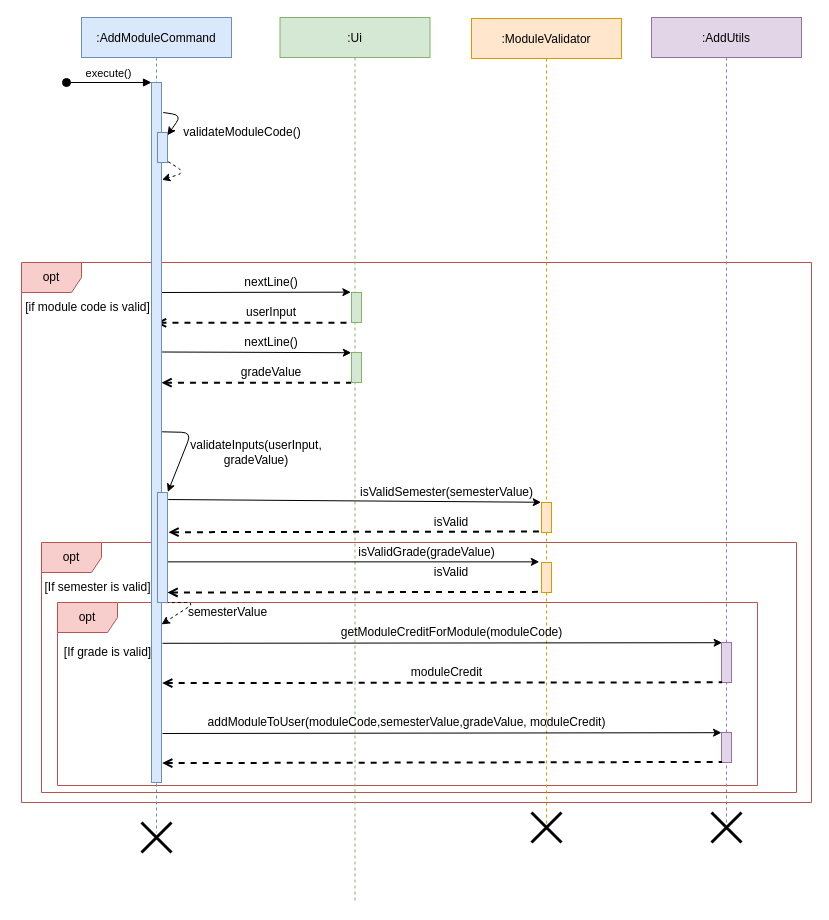
Before: docs/base/addModuleCommand_sequence.drawio in vanessa-kang/tp, a draw.io diagram. Source tidied: cells renumbered, new cells numbered last; positions are measured from the earlier drawing's top-left corner, leaving out a move shared by most shapes. Both pictures are drawn from the tidied source at 100%, with x=0, y=0 at pixel (17, 17).
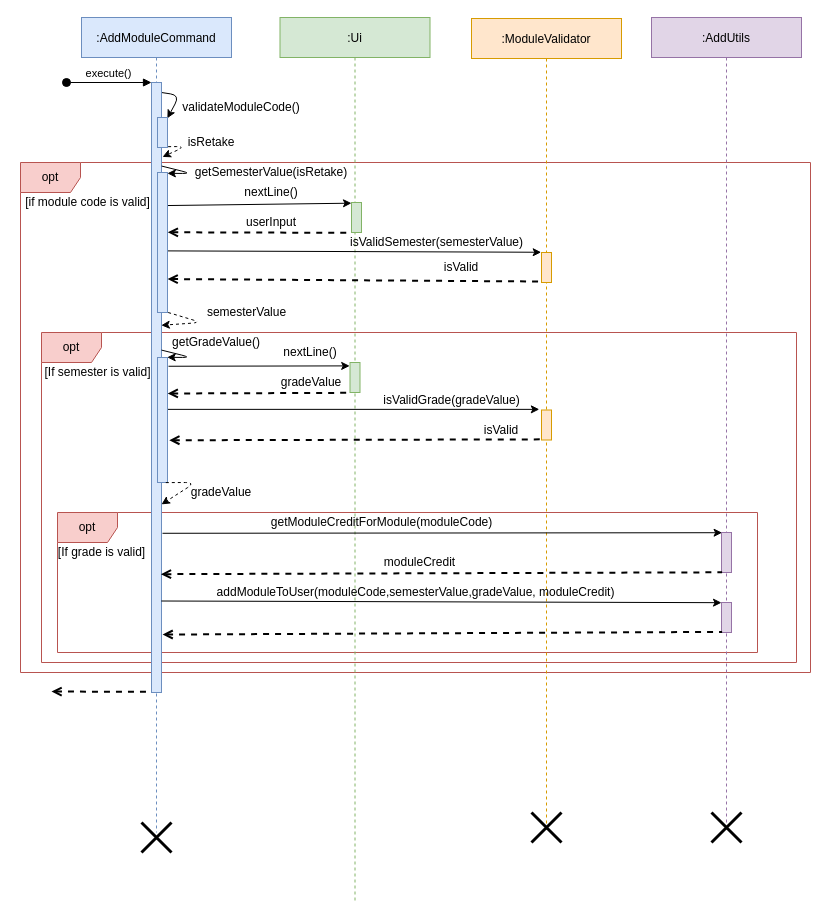
The same diagram, later.

The change refers to these unchanged cells:
```xml
<mxCell id="5" value=":AddModuleCommand" style="shape=umlLifeline;perimeter=lifelinePerimeter;rounded=0;shadow=0;strokeWidth=1;fillColor=#dae8fc;strokeColor=#6c8ebf;" parent="1" vertex="1">
  <mxGeometry x="64" width="150" height="815" as="geometry" />
</mxCell>
```

What changed in the source:
```diff
@@
+    <mxCell id="3" value="opt" style="shape=umlFrame;whiteSpace=wrap;html=1;fillColor=#f8cecc;strokeColor=#b85450;" parent="1" vertex="1">
+      <mxGeometry x="3" y="145" width="790" height="510" as="geometry" />
+    </mxCell>
     <mxCell id="2" value="opt" style="shape=umlFrame;whiteSpace=wrap;html=1;fillColor=#f8cecc;strokeColor=#b85450;" parent="1" vertex="1">
-      <mxGeometry x="24" y="525" width="755" height="250" as="geometry" />
+      <mxGeometry x="24" y="315" width="755" height="330" as="geometry" />
     </mxCell>
-    <mxCell id="3" value="opt" style="shape=umlFrame;whiteSpace=wrap;html=1;fillColor=#f8cecc;strokeColor=#b85450;" parent="1" vertex="1">
-      <mxGeometry x="4" y="245" width="790" height="540" as="geometry" />
-    </mxCell>
     <mxCell id="4" value="opt" style="shape=umlFrame;whiteSpace=wrap;html=1;fillColor=#f8cecc;strokeColor=#b85450;" parent="1" vertex="1">
-      <mxGeometry x="40" y="585" width="700" height="183" as="geometry" />
+      <mxGeometry x="40" y="495" width="700" height="140" as="geometry" />
     </mxCell>
@@
-    <mxCell id="7" style="endArrow=classic;html=1;exitX=1.179;exitY=0.196;exitDx=0;exitDy=0;exitPerimeter=0;entryX=0.989;entryY=-0.001;entryDx=0;entryDy=0;entryPerimeter=0;" parent="1" edge="1">
+    <mxCell id="7" style="endArrow=classic;html=1;exitX=1.179;exitY=0.196;exitDx=0;exitDy=0;exitPerimeter=0;entryX=0.989;entryY=0.026;entryDx=0;entryDy=0;entryPerimeter=0;" parent="1" edge="1" target="32">
       <mxGeometry relative="1" as="geometry">
-        <mxPoint x="145.8" y="95" as="sourcePoint" />
-        <mxPoint x="149.9" y="117.8" as="targetPoint" />
+        <mxPoint x="144" y="75" as="sourcePoint" />
         <Array as="points">
-          <mxPoint x="164" y="97.8" />
+          <mxPoint x="162.2" y="77.8" />
         </Array>
       </mxGeometry>
     </mxCell>
     <mxCell id="8" value="validateModuleCode()" style="text;html=1;strokeColor=none;fillColor=none;align=center;verticalAlign=middle;whiteSpace=wrap;rounded=0;" parent="1" vertex="1">
-      <mxGeometry x="165" y="105" width="120" height="20" as="geometry" />
+      <mxGeometry x="164" y="80" width="120" height="20" as="geometry" />
     </mxCell>
-    <mxCell id="9" style="endArrow=none;dashed=1;html=1;strokeWidth=2;entryX=-0.067;entryY=1.011;entryDx=0;entryDy=0;entryPerimeter=0;startArrow=open;startFill=0;" parent="1" edge="1" source="5" target="30">
+    <mxCell id="9" style="endArrow=none;dashed=1;html=1;strokeWidth=2;entryX=-0.067;entryY=1.011;entryDx=0;entryDy=0;entryPerimeter=0;startArrow=open;startFill=0;exitX=1.029;exitY=0.427;exitDx=0;exitDy=0;exitPerimeter=0;" parent="1" edge="1" source="55" target="30">
       <mxGeometry relative="1" as="geometry" />
     </mxCell>
-    <mxCell id="10" style="endArrow=none;dashed=1;html=1;strokeWidth=2;entryX=-0.033;entryY=1.011;entryDx=0;entryDy=0;entryPerimeter=0;exitX=1.3;exitY=0.179;exitDx=0;exitDy=0;exitPerimeter=0;startArrow=open;startFill=0;" parent="1" edge="1" target="31">
-      <mxGeometry relative="1" as="geometry">
-        <mxPoint x="144" y="365.2" as="sourcePoint" />
-      </mxGeometry>
+    <mxCell id="10" style="endArrow=none;dashed=1;html=1;strokeWidth=2;entryX=-0.033;entryY=1.011;entryDx=0;entryDy=0;entryPerimeter=0;exitX=1.02;exitY=0.288;exitDx=0;exitDy=0;exitPerimeter=0;startArrow=open;startFill=0;" parent="1" edge="1" source="60" target="31">
+      <mxGeometry relative="1" as="geometry" />
     </mxCell>
-    <mxCell id="11" style="endArrow=classic;html=1;entryX=-0.067;entryY=-0.011;entryDx=0;entryDy=0;entryPerimeter=0;exitX=1.033;exitY=0.3;exitDx=0;exitDy=0;exitPerimeter=0;" parent="1" edge="1" source="28" target="30">
+    <mxCell id="11" style="endArrow=classic;html=1;entryX=0;entryY=0.023;entryDx=0;entryDy=0;entryPerimeter=0;exitX=1.029;exitY=0.236;exitDx=0;exitDy=0;exitPerimeter=0;" parent="1" edge="1" source="55" target="30">
       <mxGeometry relative="1" as="geometry" />
     </mxCell>
-    <mxCell id="12" style="endArrow=classic;html=1;exitX=1.067;exitY=0.385;exitDx=0;exitDy=0;exitPerimeter=0;entryX=-0.02;entryY=0.007;entryDx=0;entryDy=0;entryPerimeter=0;" parent="1" edge="1" source="28" target="31">
+    <mxCell id="12" style="endArrow=classic;html=1;exitX=1.1;exitY=0.07;exitDx=0;exitDy=0;exitPerimeter=0;entryX=-0.03;entryY=0.113;entryDx=0;entryDy=0;entryPerimeter=0;" parent="1" edge="1" source="60" target="31">
       <mxGeometry relative="1" as="geometry" />
     </mxCell>
     <mxCell id="13" value="nextLine()" style="text;html=1;strokeColor=none;fillColor=none;align=center;verticalAlign=middle;whiteSpace=wrap;rounded=0;" parent="1" vertex="1">
-      <mxGeometry x="224" y="255" width="60" height="20" as="geometry" />
+      <mxGeometry x="224" y="165" width="60" height="20" as="geometry" />
     </mxCell>
     <mxCell id="14" value="nextLine()" style="text;html=1;strokeColor=none;fillColor=none;align=center;verticalAlign=middle;whiteSpace=wrap;rounded=0;" parent="1" vertex="1">
-      <mxGeometry x="224" y="315" width="60" height="20" as="geometry" />
+      <mxGeometry x="262.5" y="325" width="60" height="20" as="geometry" />
     </mxCell>
     <mxCell id="15" value="userInput" style="text;html=1;strokeColor=none;fillColor=none;align=center;verticalAlign=middle;whiteSpace=wrap;rounded=0;" parent="1" vertex="1">
-      <mxGeometry x="214" y="285" width="80" height="20" as="geometry" />
+      <mxGeometry x="214" y="195" width="80" height="20" as="geometry" />
     </mxCell>
     <mxCell id="16" value="gradeValue" style="text;html=1;strokeColor=none;fillColor=none;align=center;verticalAlign=middle;whiteSpace=wrap;rounded=0;" parent="1" vertex="1">
-      <mxGeometry x="214" y="345" width="80" height="20" as="geometry" />
+      <mxGeometry x="164" y="465" width="80" height="20" as="geometry" />
     </mxCell>
-    <mxCell id="17" style="endArrow=classic;html=1;entryX=1.033;entryY=-0.004;entryDx=0;entryDy=0;entryPerimeter=0;exitX=1.067;exitY=0.499;exitDx=0;exitDy=0;exitPerimeter=0;" parent="1" edge="1" source="28" target="33">
-      <mxGeometry relative="1" as="geometry">
-        <Array as="points">
-          <mxPoint x="174" y="415" />
-        </Array>
-      </mxGeometry>
-    </mxCell>
-    <mxCell id="18" value="validateInputs(userInput, gradeValue)" style="text;html=1;strokeColor=none;fillColor=none;align=center;verticalAlign=middle;whiteSpace=wrap;rounded=0;" parent="1" vertex="1">
-      <mxGeometry x="174" y="425" width="130" height="20" as="geometry" />
-    </mxCell>
-    <mxCell id="19" style="endArrow=classic;html=1;exitX=1.033;exitY=0.327;exitDx=0;exitDy=0;exitPerimeter=0;entryX=1.167;entryY=0.582;entryDx=0;entryDy=0;entryPerimeter=0;dashed=1;" parent="1" edge="1">
-      <mxGeometry relative="1" as="geometry">
-        <mxPoint x="148.3" y="585.1" as="sourcePoint" />
-        <mxPoint x="144" y="606.9" as="targetPoint" />
-        <Array as="points">
-          <mxPoint x="178" y="585" />
-        </Array>
-      </mxGeometry>
-    </mxCell>
     <mxCell id="20" value="semesterValue" style="text;html=1;align=center;verticalAlign=middle;" parent="1" vertex="1">
-      <mxGeometry x="165" y="585" width="90" height="20" as="geometry" />
+      <mxGeometry x="184" y="285" width="90" height="20" as="geometry" />
     </mxCell>
-    <mxCell id="21" style="endArrow=classic;html=1;exitX=1.067;exitY=0.064;exitDx=0;exitDy=0;exitPerimeter=0;entryX=-0.031;entryY=-0.008;entryDx=0;entryDy=0;entryPerimeter=0;" parent="1" edge="1" source="33" target="39">
+    <mxCell id="21" style="endArrow=classic;html=1;exitX=1.01;exitY=0.56;exitDx=0;exitDy=0;exitPerimeter=0;entryX=-0.031;entryY=-0.008;entryDx=0;entryDy=0;entryPerimeter=0;" parent="1" edge="1" source="55" target="39">
       <mxGeometry relative="1" as="geometry" />
     </mxCell>
@@
-    <mxCell id="23" style="endArrow=none;dashed=1;html=1;strokeWidth=2;exitX=1.048;exitY=0.354;exitDx=0;exitDy=0;exitPerimeter=0;startArrow=open;startFill=0;entryX=-0.124;entryY=0.979;entryDx=0;entryDy=0;entryPerimeter=0;" parent="1" edge="1" target="38">
-      <mxGeometry relative="1" as="geometry">
-        <mxPoint x="150" y="575" as="sourcePoint" />
-      </mxGeometry>
+    <mxCell id="23" style="endArrow=none;dashed=1;html=1;strokeWidth=2;exitX=1.18;exitY=0.662;exitDx=0;exitDy=0;exitPerimeter=0;startArrow=open;startFill=0;entryX=-0.124;entryY=0.979;entryDx=0;entryDy=0;entryPerimeter=0;" parent="1" edge="1" source="60" target="38">
+      <mxGeometry relative="1" as="geometry" />
     </mxCell>
     <mxCell id="24" value="isValidSemester(semesterValue)" style="text;html=1;align=center;verticalAlign=middle;" parent="1" vertex="1">
-      <mxGeometry x="334" y="465" width="190" height="20" as="geometry" />
+      <mxGeometry x="324" y="215" width="190" height="20" as="geometry" />
     </mxCell>
     <mxCell id="25" value="isValid" style="text;html=1;strokeColor=none;fillColor=none;align=center;verticalAlign=middle;whiteSpace=wrap;rounded=0;" parent="1" vertex="1">
-      <mxGeometry x="414" y="495" width="40" height="20" as="geometry" />
+      <mxGeometry x="424" y="240" width="40" height="20" as="geometry" />
     </mxCell>
     <mxCell id="26" value="isValid" style="text;html=1;strokeColor=none;fillColor=none;align=center;verticalAlign=middle;whiteSpace=wrap;rounded=0;" parent="1" vertex="1">
-      <mxGeometry x="414" y="545" width="40" height="20" as="geometry" />
+      <mxGeometry x="464" y="402.5" width="40" height="20" as="geometry" />
     </mxCell>
@@
     <mxCell id="28" style="points=[];perimeter=orthogonalPerimeter;rounded=0;shadow=0;strokeWidth=1;fillColor=#dae8fc;strokeColor=#6c8ebf;" parent="1" vertex="1">
-      <mxGeometry x="134" y="65" width="10" height="700" as="geometry" />
+      <mxGeometry x="134" y="65" width="10" height="610" as="geometry" />
     </mxCell>
@@
     <mxCell id="30" style="points=[];perimeter=orthogonalPerimeter;rounded=0;shadow=0;strokeWidth=1;fillColor=#d5e8d4;strokeColor=#82b366;" parent="1" vertex="1">
-      <mxGeometry x="334" y="275" width="10" height="30" as="geometry" />
+      <mxGeometry x="334" y="185" width="10" height="30" as="geometry" />
     </mxCell>
     <mxCell id="31" style="points=[];perimeter=orthogonalPerimeter;rounded=0;shadow=0;strokeWidth=1;fillColor=#d5e8d4;strokeColor=#82b366;" parent="1" vertex="1">
-      <mxGeometry x="334" y="335" width="10" height="30" as="geometry" />
+      <mxGeometry x="332.5" y="345" width="10" height="30" as="geometry" />
     </mxCell>
     <mxCell id="32" style="html=1;points=[];perimeter=orthogonalPerimeter;fillColor=#dae8fc;strokeColor=#6c8ebf;" parent="1" vertex="1">
-      <mxGeometry x="140" y="115" width="10" height="30" as="geometry" />
+      <mxGeometry x="140" y="100" width="10" height="30" as="geometry" />
     </mxCell>
-    <mxCell id="33" style="html=1;points=[];perimeter=orthogonalPerimeter;fillColor=#dae8fc;strokeColor=#6c8ebf;" parent="1" vertex="1">
-      <mxGeometry x="140" y="475" width="10" height="110" as="geometry" />
-    </mxCell>
     <mxCell id="34" value="isValidGrade(gradeValue)" style="text;html=1;align=center;verticalAlign=middle;" parent="1" vertex="1">
-      <mxGeometry x="334" y="525" width="150" height="20" as="geometry" />
+      <mxGeometry x="359" y="372.5" width="150" height="20" as="geometry" />
     </mxCell>
-    <mxCell id="35" style="endArrow=none;dashed=1;html=1;strokeWidth=2;exitX=1.1;exitY=0.361;exitDx=0;exitDy=0;exitPerimeter=0;startArrow=open;startFill=0;entryX=-0.067;entryY=0.967;entryDx=0;entryDy=0;entryPerimeter=0;" parent="1" edge="1" source="33" target="39">
+    <mxCell id="35" style="endArrow=none;dashed=1;html=1;strokeWidth=2;exitX=1.01;exitY=0.761;exitDx=0;exitDy=0;exitPerimeter=0;startArrow=open;startFill=0;entryX=-0.067;entryY=0.967;entryDx=0;entryDy=0;entryPerimeter=0;" parent="1" edge="1" source="55" target="39">
       <mxGeometry relative="1" as="geometry" />
     </mxCell>
@@
     <mxCell id="37" style="points=[];perimeter=orthogonalPerimeter;rounded=0;shadow=0;strokeWidth=1;fillColor=#e1d5e7;strokeColor=#9673a6;" parent="1" vertex="1">
-      <mxGeometry x="704" y="715" width="10" height="30" as="geometry" />
+      <mxGeometry x="704" y="585" width="10" height="30" as="geometry" />
     </mxCell>
     <mxCell id="38" style="points=[];perimeter=orthogonalPerimeter;rounded=0;shadow=0;strokeWidth=1;fillColor=#ffe6cc;strokeColor=#d79b00;" parent="1" vertex="1">
-      <mxGeometry x="524" y="545" width="10" height="30" as="geometry" />
+      <mxGeometry x="524" y="392.5" width="10" height="30" as="geometry" />
     </mxCell>
     <mxCell id="39" style="points=[];perimeter=orthogonalPerimeter;rounded=0;shadow=0;strokeWidth=1;fillColor=#ffe6cc;strokeColor=#d79b00;" parent="1" vertex="1">
-      <mxGeometry x="524" y="485" width="10" height="30" as="geometry" />
+      <mxGeometry x="524" y="235" width="10" height="30" as="geometry" />
     </mxCell>
-    <mxCell id="40" style="endArrow=classic;html=1;exitX=1.1;exitY=0.93;exitDx=0;exitDy=0;exitPerimeter=0;entryX=0;entryY=0.006;entryDx=0;entryDy=0;entryPerimeter=0;" parent="1" edge="1" source="28" target="37">
+    <mxCell id="40" style="endArrow=classic;html=1;exitX=0.98;exitY=0.85;exitDx=0;exitDy=0;exitPerimeter=0;entryX=0;entryY=0.006;entryDx=0;entryDy=0;entryPerimeter=0;" parent="1" edge="1" source="28" target="37">
       <mxGeometry relative="1" as="geometry" />
     </mxCell>
     <mxCell id="41" value="addModuleToUser(moduleCode,semesterValue,gradeValue, moduleCredit)" style="text;html=1;align=center;verticalAlign=middle;" parent="1" vertex="1">
-      <mxGeometry x="184" y="695" width="410" height="20" as="geometry" />
+      <mxGeometry x="193" y="565" width="410" height="20" as="geometry" />
     </mxCell>
     <mxCell id="42" style="points=[];perimeter=orthogonalPerimeter;rounded=0;shadow=0;strokeWidth=1;fillColor=#e1d5e7;strokeColor=#9673a6;" parent="1" vertex="1">
-      <mxGeometry x="704" y="625" width="10" height="40" as="geometry" />
+      <mxGeometry x="704" y="515" width="10" height="40" as="geometry" />
     </mxCell>
-    <mxCell id="43" style="endArrow=classic;html=1;exitX=1.1;exitY=0.93;exitDx=0;exitDy=0;exitPerimeter=0;entryX=0.06;entryY=0.005;entryDx=0;entryDy=0;entryPerimeter=0;" parent="1" edge="1" target="42">
-      <mxGeometry relative="1" as="geometry">
-        <mxPoint x="145" y="625.8" as="sourcePoint" />
-      </mxGeometry>
+    <mxCell id="43" style="endArrow=classic;html=1;exitX=1.1;exitY=0.739;exitDx=0;exitDy=0;exitPerimeter=0;entryX=0.06;entryY=0.005;entryDx=0;entryDy=0;entryPerimeter=0;" parent="1" edge="1" source="28" target="42">
+      <mxGeometry relative="1" as="geometry" />
     </mxCell>
-    <mxCell id="44" style="endArrow=none;dashed=1;html=1;strokeWidth=2;exitX=1.071;exitY=0.858;exitDx=0;exitDy=0;exitPerimeter=0;startArrow=open;startFill=0;entryX=0.06;entryY=0.995;entryDx=0;entryDy=0;entryPerimeter=0;" parent="1" edge="1" source="28" target="42">
+    <mxCell id="44" style="endArrow=none;dashed=1;html=1;strokeWidth=2;exitX=0.94;exitY=0.806;exitDx=0;exitDy=0;exitPerimeter=0;startArrow=open;startFill=0;entryX=0.06;entryY=0.995;entryDx=0;entryDy=0;entryPerimeter=0;" parent="1" edge="1" source="28" target="42">
       <mxGeometry relative="1" as="geometry" />
     </mxCell>
     <mxCell id="45" value="getModuleCreditForModule(moduleCode)" style="text;html=1;align=center;verticalAlign=middle;" parent="1" vertex="1">
-      <mxGeometry x="314" y="605" width="240" height="20" as="geometry" />
+      <mxGeometry x="244" y="495" width="240" height="20" as="geometry" />
     </mxCell>
     <mxCell id="46" value="moduleCredit" style="text;html=1;align=center;verticalAlign=middle;" parent="1" vertex="1">
-      <mxGeometry x="384" y="645" width="90" height="20" as="geometry" />
+      <mxGeometry x="356.5" y="535" width="90" height="20" as="geometry" />
     </mxCell>
@@
-    <mxCell id="50" style="endArrow=classic;html=1;exitX=1.062;exitY=0.972;exitDx=0;exitDy=0;exitPerimeter=0;entryX=1.041;entryY=0.139;entryDx=0;entryDy=0;entryPerimeter=0;dashed=1;" parent="1" edge="1" source="32" target="28">
+    <mxCell id="50" style="endArrow=classic;html=1;exitX=1.062;exitY=0.972;exitDx=0;exitDy=0;exitPerimeter=0;entryX=1.1;entryY=0.122;entryDx=0;entryDy=0;entryPerimeter=0;dashed=1;" parent="1" edge="1" source="32" target="28">
       <mxGeometry relative="1" as="geometry">
         <Array as="points">
-          <mxPoint x="168" y="155" />
+          <mxPoint x="168" y="129" />
         </Array>
       </mxGeometry>
     </mxCell>
-    <mxCell id="51" style="endArrow=none;dashed=1;html=1;strokeWidth=2;exitX=1.071;exitY=0.858;exitDx=0;exitDy=0;exitPerimeter=0;startArrow=open;startFill=0;entryX=0.06;entryY=0.98;entryDx=0;entryDy=0;entryPerimeter=0;" parent="1" edge="1" target="37">
-      <mxGeometry relative="1" as="geometry">
-        <mxPoint x="144.7" y="745.6" as="sourcePoint" />
-      </mxGeometry>
+    <mxCell id="51" style="endArrow=none;dashed=1;html=1;strokeWidth=2;exitX=1.11;exitY=0.905;exitDx=0;exitDy=0;exitPerimeter=0;startArrow=open;startFill=0;entryX=0.06;entryY=0.98;entryDx=0;entryDy=0;entryPerimeter=0;" parent="1" edge="1" source="28" target="37">
+      <mxGeometry relative="1" as="geometry" />
     </mxCell>
     <mxCell id="52" value="[If semester is valid]" style="text;html=1;align=center;verticalAlign=middle;" parent="1" vertex="1">
-      <mxGeometry x="20" y="560" width="120" height="20" as="geometry" />
+      <mxGeometry x="20" y="345" width="120" height="20" as="geometry" />
     </mxCell>
     <mxCell id="53" value="[If grade is valid]" style="text;html=1;align=center;verticalAlign=middle;" parent="1" vertex="1">
-      <mxGeometry x="40" y="625" width="100" height="20" as="geometry" />
+      <mxGeometry x="34" y="525" width="100" height="20" as="geometry" />
     </mxCell>
     <mxCell id="54" value="[if module code is valid]" style="text;html=1;align=center;verticalAlign=middle;" parent="1" vertex="1">
-      <mxGeometry y="280" width="140" height="20" as="geometry" />
+      <mxGeometry y="175" width="140" height="20" as="geometry" />
     </mxCell>
+    <mxCell id="55" style="html=1;points=[];perimeter=orthogonalPerimeter;fillColor=#dae8fc;strokeColor=#6c8ebf;" parent="1" vertex="1">
+      <mxGeometry x="140" y="155" width="10" height="140" as="geometry" />
+    </mxCell>
+    <mxCell id="56" value="isRetake" style="text;html=1;strokeColor=none;fillColor=none;align=center;verticalAlign=middle;whiteSpace=wrap;rounded=0;" parent="1" vertex="1">
+      <mxGeometry x="164" y="115" width="60" height="20" as="geometry" />
+    </mxCell>
+    <mxCell id="57" style="endArrow=classic;html=1;exitX=1.02;exitY=0.137;exitDx=0;exitDy=0;exitPerimeter=0;entryX=0.989;entryY=0.006;entryDx=0;entryDy=0;entryPerimeter=0;" parent="1" edge="1" source="28" target="55">
+      <mxGeometry relative="1" as="geometry">
+        <Array as="points">
+          <mxPoint x="174" y="156" />
+        </Array>
+      </mxGeometry>
+    </mxCell>
+    <mxCell id="58" value="getSemesterValue(isRetake)" style="text;html=1;strokeColor=none;fillColor=none;align=center;verticalAlign=middle;whiteSpace=wrap;rounded=0;" parent="1" vertex="1">
+      <mxGeometry x="184" y="145" width="140" height="20" as="geometry" />
+    </mxCell>
+    <mxCell id="59" style="endArrow=classic;html=1;exitX=1.067;exitY=1;exitDx=0;exitDy=0;exitPerimeter=0;dashed=1;entryX=0.98;entryY=0.398;entryDx=0;entryDy=0;entryPerimeter=0;" parent="1" edge="1" source="55" target="28">
+      <mxGeometry relative="1" as="geometry">
+        <Array as="points">
+          <mxPoint x="184" y="305" />
+        </Array>
+      </mxGeometry>
+    </mxCell>
+    <mxCell id="60" style="html=1;points=[];perimeter=orthogonalPerimeter;fillColor=#dae8fc;strokeColor=#6c8ebf;" parent="1" vertex="1">
+      <mxGeometry x="140" y="340" width="10" height="125" as="geometry" />
+    </mxCell>
+    <mxCell id="61" value="gradeValue" style="text;html=1;strokeColor=none;fillColor=none;align=center;verticalAlign=middle;whiteSpace=wrap;rounded=0;" parent="1" vertex="1">
+      <mxGeometry x="264" y="355" width="60" height="20" as="geometry" />
+    </mxCell>
+    <mxCell id="62" value="getGradeValue()" style="text;html=1;strokeColor=none;fillColor=none;align=center;verticalAlign=middle;whiteSpace=wrap;rounded=0;" parent="1" vertex="1">
+      <mxGeometry x="154" y="315" width="90" height="20" as="geometry" />
+    </mxCell>
+    <mxCell id="63" style="endArrow=classic;html=1;exitX=1.033;exitY=0.327;exitDx=0;exitDy=0;exitPerimeter=0;entryX=1.167;entryY=0.582;entryDx=0;entryDy=0;entryPerimeter=0;dashed=1;" parent="1" edge="1">
+      <mxGeometry relative="1" as="geometry">
+        <mxPoint x="148.3" y="465.1" as="sourcePoint" />
+        <mxPoint x="144" y="486.9" as="targetPoint" />
+        <Array as="points">
+          <mxPoint x="178" y="465" />
+        </Array>
+      </mxGeometry>
+    </mxCell>
+    <mxCell id="64" style="endArrow=classic;html=1;exitX=1.02;exitY=0.137;exitDx=0;exitDy=0;exitPerimeter=0;entryX=0.989;entryY=0.006;entryDx=0;entryDy=0;entryPerimeter=0;" parent="1" edge="1">
+      <mxGeometry relative="1" as="geometry">
+        <mxPoint x="144" y="332.6" as="sourcePoint" />
+        <mxPoint x="149.7" y="339.8" as="targetPoint" />
+        <Array as="points">
+          <mxPoint x="173.8" y="340" />
+        </Array>
+      </mxGeometry>
+    </mxCell>
+    <mxCell id="65" style="endArrow=none;dashed=1;html=1;strokeWidth=2;entryX=-0.047;entryY=0.999;entryDx=0;entryDy=0;entryPerimeter=0;startArrow=open;startFill=0;" parent="1" edge="1" target="28">
+      <mxGeometry relative="1" as="geometry">
+        <mxPoint x="34" y="674" as="sourcePoint" />
+      </mxGeometry>
+    </mxCell>
```
